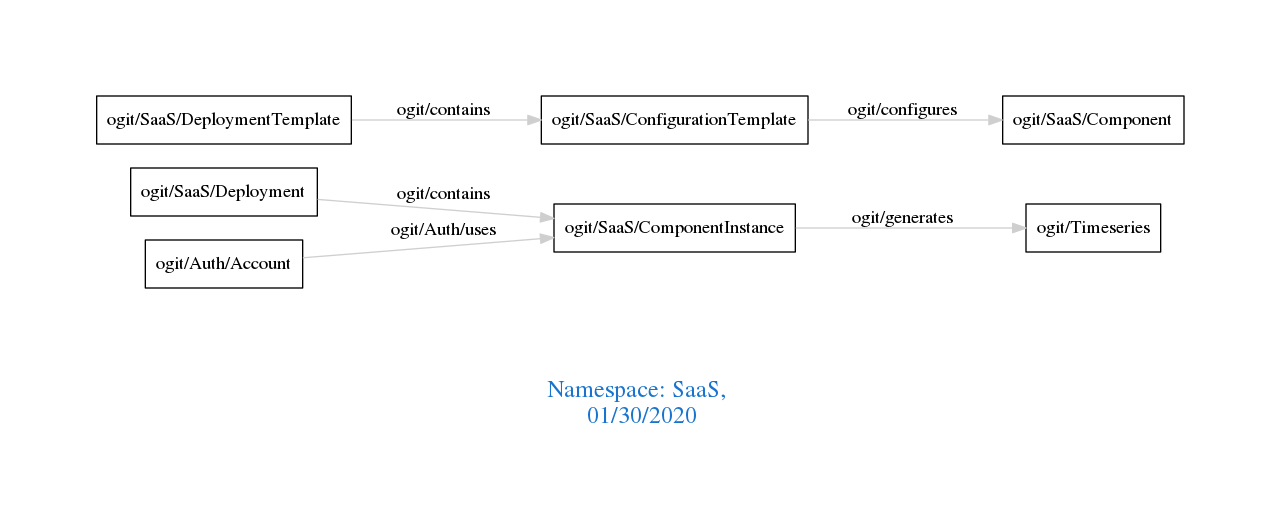
Before: downloads/SaaS.png, a diagram exported from Graphviz (arago/OGIT). Its source is kept beside it as downloads/SaaS.dot.
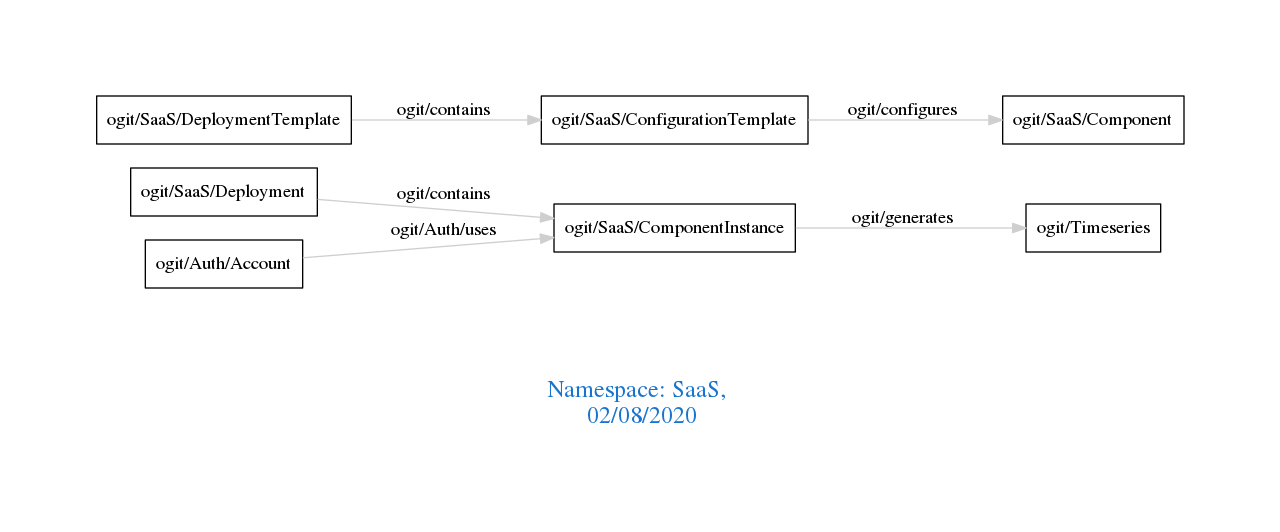
After the change.

The edit, as a diff of the source:
```diff
@@ -1,7 +1,7 @@
 digraph OGIT_ontology {
  graph [ rankdir= LR,pad=1
 fontsize = 18,
-fontcolor= dodgerblue3,label = "\n\n\nNamespace: SaaS, \n 01/30/2020"];
+fontcolor= dodgerblue3,label = "\n\n\nNamespace: SaaS, \n 02/08/2020"];
 node[shape=polygon];
 edge [  color="gray81"];
 
```
